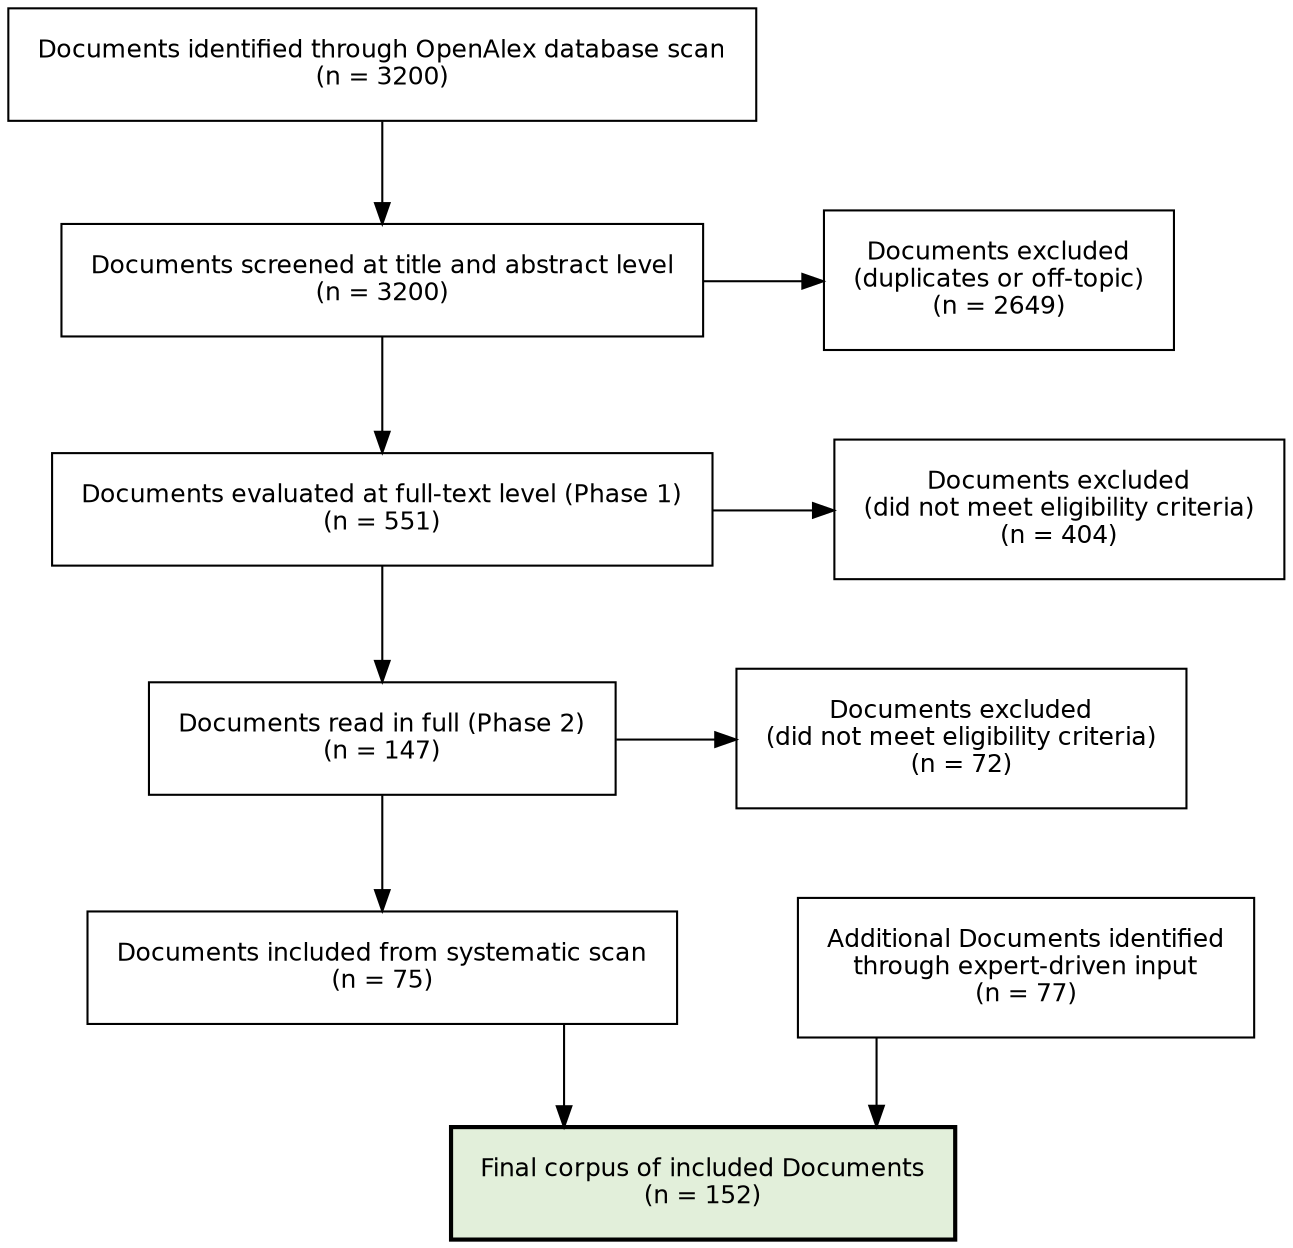
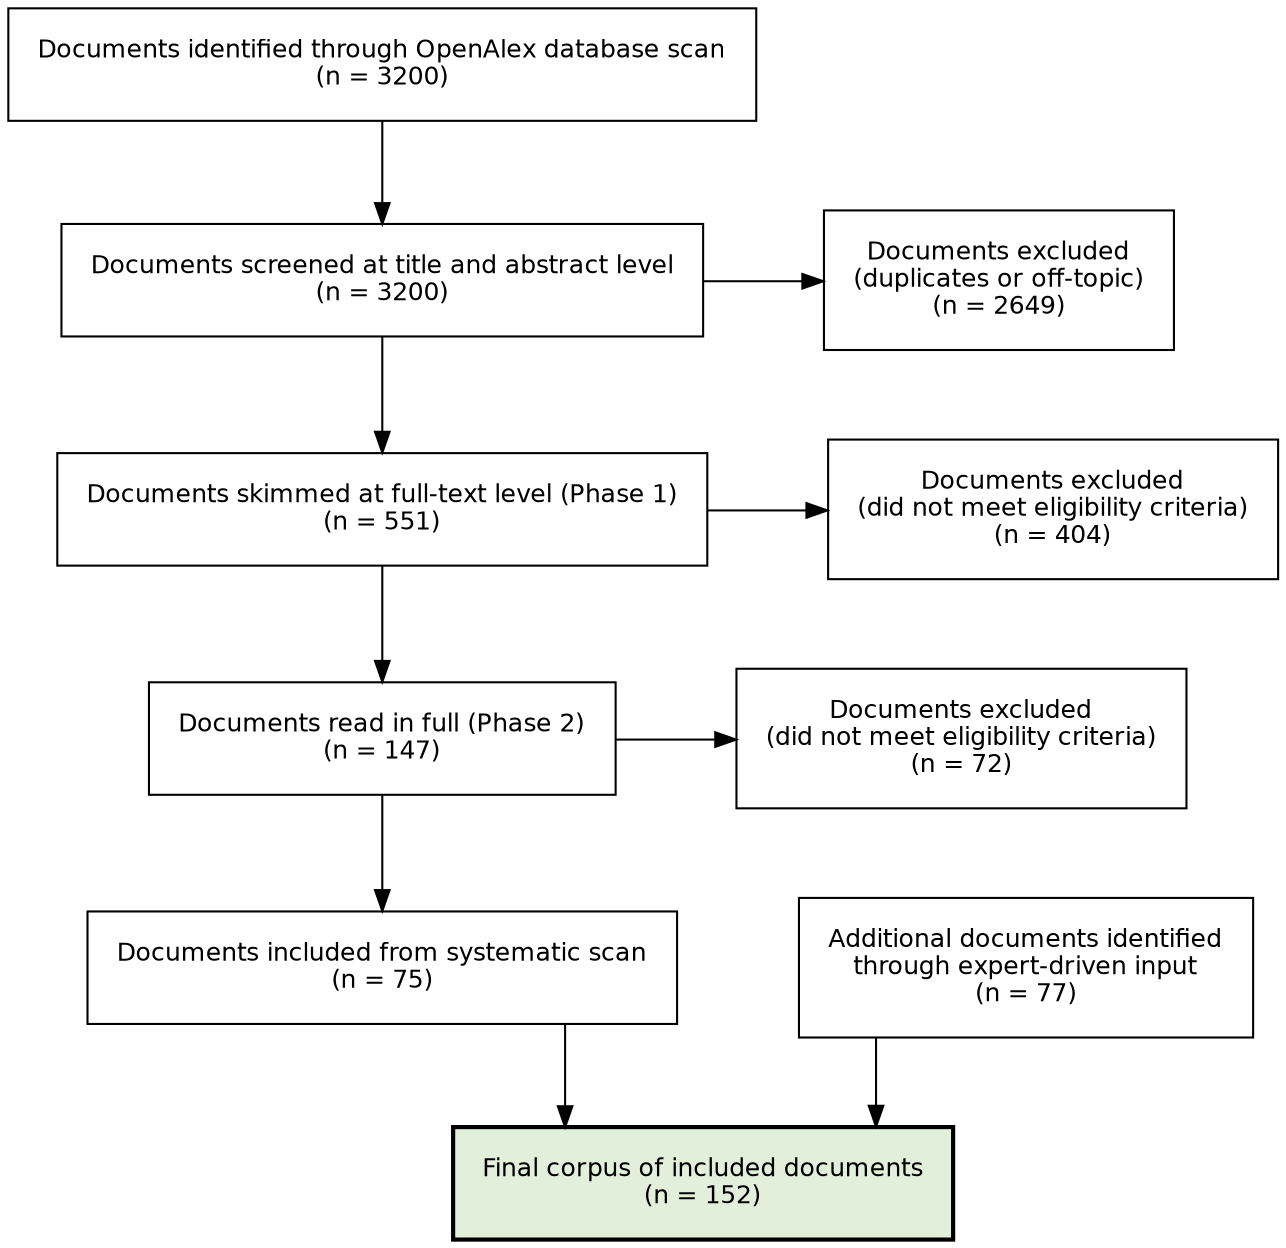
digraph PRISMA {
    // Graph settings
    graph [rankdir=TB, splines=ortho, nodesep=0.8, ranksep=0.6];
    node [shape=box, fontname="Helvetica", fontsize=12, margin=0.2, style=filled, fillcolor=white];
    edge [fontname="Helvetica", fontsize=10];

    // Node Definitions
    A [label="Documents identified through OpenAlex database scan\n(n = 3200)"];

    B [label="Documents screened at title and abstract level\n(n = 3200)"];
    C [label="Documents excluded\n(duplicates or off-topic)\n(n = 2649)"];

-     D [label="Documents evaluated at full-text level (Phase 1)\n(n = 551)"];
+     D [label="Documents skimmed at full-text level (Phase 1)\n(n = 551)"];
    E [label="Documents excluded\n(did not meet eligibility criteria)\n(n = 404)"];

    F [label="Documents read in full (Phase 2)\n(n = 147)"];
    G [label="Documents excluded\n(did not meet eligibility criteria)\n(n = 72)"];

    H [label="Documents included from systematic scan\n(n = 75)"];
-     I [label="Additional Documents identified\nthrough expert-driven input\n(n = 77)"];
+     I [label="Additional documents identified\nthrough expert-driven input\n(n = 77)"];

-     J [label="Final corpus of included Documents\n(n = 152)", fillcolor="#e2efda", penwidth=2];
+     J [label="Final corpus of included documents\n(n = 152)", fillcolor="#e2efda", penwidth=2];

    // Edge Connections
    A -> B;
    B -> D;
    B -> C;
    D -> F;
    D -> E;
    F -> H;
    F -> G;
    H -> J;
    I -> J;

    // Rank Alignments to mimic traditional PRISMA layout (exclusions to the right)
    {rank=same; B; C;}
    {rank=same; D; E;}
    {rank=same; F; G;}
    {rank=same; H; I;}
}